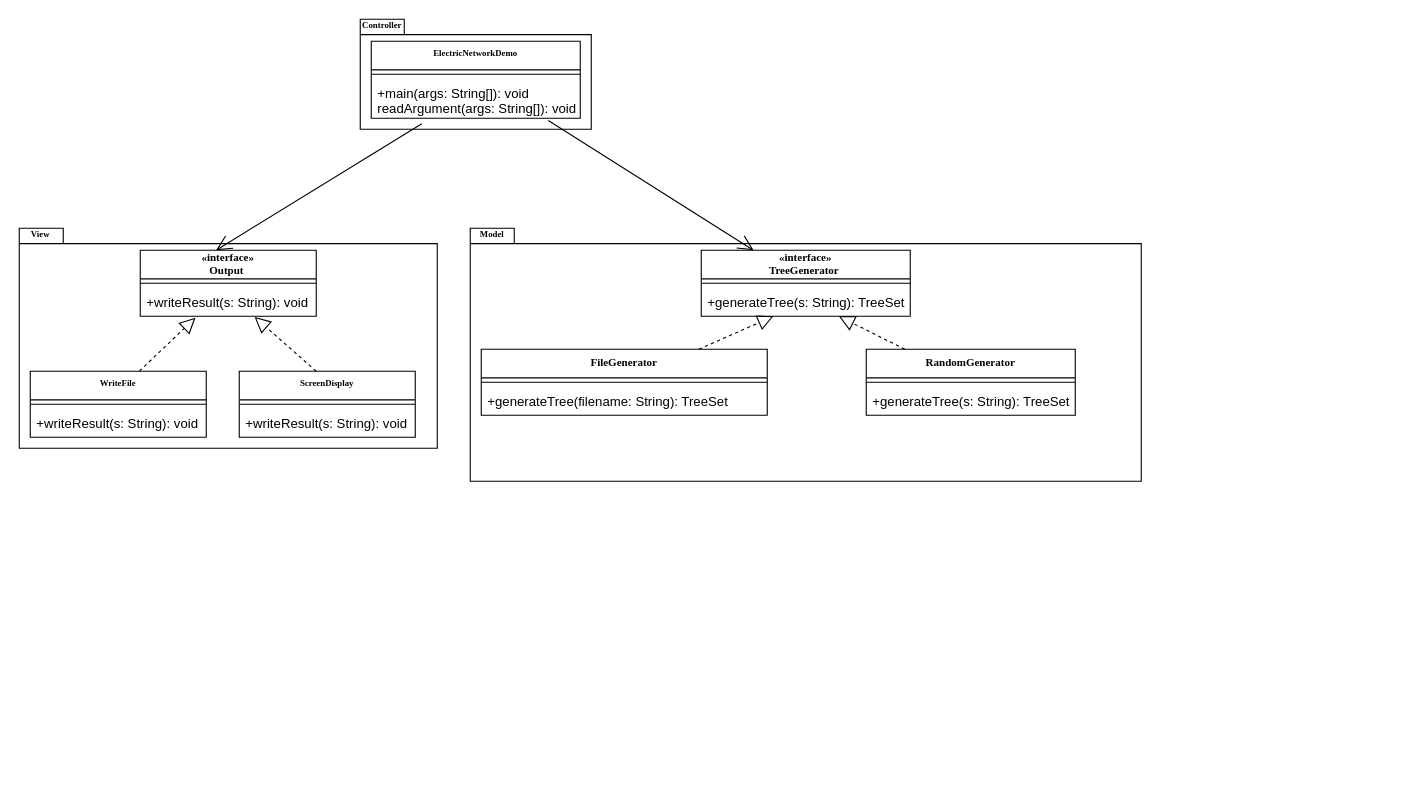
Above: UML Assignment 1.drawio in Calmen00-code/Electric-Network-Project (draw.io), before the change. Source tidied: cells renumbered, new cells numbered last; positions are measured from the earlier drawing's top-left corner, leaving out a move shared by most shapes. Both pictures are drawn from the tidied source at 110%, with x=0, y=0 at pixel (19, 19).
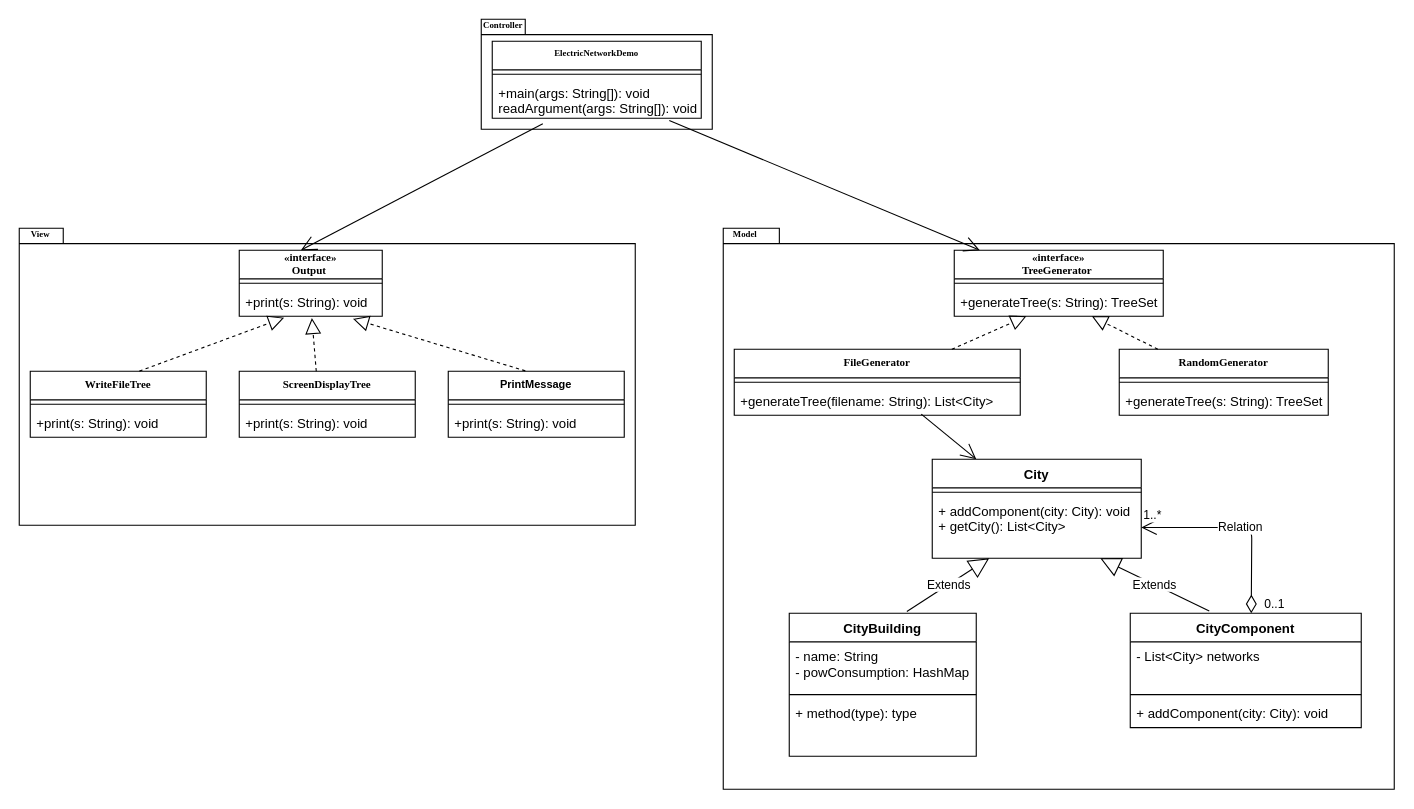
The same diagram, later.

Diff of the diagram source:
```diff
@@
     <mxCell id="2" value="Controller" style="shape=folder;fontStyle=1;spacingTop=10;tabWidth=40;tabHeight=14;tabPosition=left;html=1;fontFamily=Times New Roman;labelPosition=left;verticalLabelPosition=top;align=right;verticalAlign=bottom;spacingBottom=-13;spacingRight=-39;fontSize=8;" parent="1" vertex="1">
-      <mxGeometry x="310" width="210" height="100" as="geometry" />
+      <mxGeometry x="420" width="210" height="100" as="geometry" />
     </mxCell>
     <mxCell id="3" value="ElectricNetworkDemo" style="swimlane;fontStyle=1;align=center;verticalAlign=top;horizontal=1;startSize=26;fontFamily=Times New Roman;fontSize=8;" parent="1" vertex="1">
-      <mxGeometry x="320" y="20" width="190" height="70" as="geometry" />
+      <mxGeometry x="430" y="20" width="190" height="70" as="geometry" />
     </mxCell>
@@
     <mxCell id="6" value="Model&lt;br&gt;" style="shape=folder;fontStyle=1;spacingTop=10;tabWidth=40;tabHeight=14;tabPosition=left;html=1;fontFamily=Times New Roman;labelPosition=left;verticalLabelPosition=top;align=right;verticalAlign=bottom;spacingBottom=-13;spacingRight=-32;fontSize=8;" parent="1" vertex="1">
-      <mxGeometry x="410" y="190" width="610" height="230" as="geometry" />
+      <mxGeometry x="640" y="190" width="610" height="510" as="geometry" />
     </mxCell>
     <mxCell id="7" value="View&lt;br&gt;" style="shape=folder;fontStyle=1;spacingTop=10;tabWidth=40;tabHeight=14;tabPosition=left;html=1;fontFamily=Times New Roman;labelPosition=left;verticalLabelPosition=top;align=right;verticalAlign=bottom;spacingBottom=-13;spacingRight=-29;fontSize=8;" parent="1" vertex="1">
-      <mxGeometry y="190" width="380" height="200" as="geometry" />
+      <mxGeometry y="190" width="560" height="270" as="geometry" />
     </mxCell>
-    <mxCell id="8" value="WriteFile" style="swimlane;fontStyle=1;align=center;verticalAlign=top;horizontal=1;startSize=26;fontFamily=Times New Roman;fontSize=8;" parent="1" vertex="1">
+    <mxCell id="8" value="WriteFileTree" style="swimlane;fontStyle=1;align=center;verticalAlign=top;horizontal=1;startSize=26;fontFamily=Times New Roman;fontSize=10;" parent="1" vertex="1">
       <mxGeometry x="10" y="320" width="160" height="60" as="geometry" />
     </mxCell>
@@
-    <mxCell id="10" value="+writeResult(s: String): void" style="text;strokeColor=none;fillColor=none;align=left;verticalAlign=top;spacingLeft=4;spacingRight=4;overflow=hidden;" parent="8" vertex="1">
+    <mxCell id="10" value="+print(s: String): void" style="text;strokeColor=none;fillColor=none;align=left;verticalAlign=top;spacingLeft=4;spacingRight=4;overflow=hidden;" parent="8" vertex="1">
       <mxGeometry y="34" width="160" height="26" as="geometry" />
     </mxCell>
-    <mxCell id="11" value="ScreenDisplay" style="swimlane;fontStyle=1;align=center;verticalAlign=top;horizontal=1;startSize=26;fontFamily=Times New Roman;fontSize=8;" parent="1" vertex="1">
+    <mxCell id="11" value="ScreenDisplayTree" style="swimlane;fontStyle=1;align=center;verticalAlign=top;horizontal=1;startSize=26;fontFamily=Times New Roman;fontSize=10;" parent="1" vertex="1">
       <mxGeometry x="200" y="320" width="160" height="60" as="geometry" />
     </mxCell>
@@
-    <mxCell id="13" value="+writeResult(s: String): void" style="text;strokeColor=none;fillColor=none;align=left;verticalAlign=top;spacingLeft=4;spacingRight=4;overflow=hidden;" parent="11" vertex="1">
+    <mxCell id="13" value="+print(s: String): void" style="text;strokeColor=none;fillColor=none;align=left;verticalAlign=top;spacingLeft=4;spacingRight=4;overflow=hidden;" parent="11" vertex="1">
       <mxGeometry y="34" width="160" height="26" as="geometry" />
     </mxCell>
     <mxCell id="14" value="    «interface»&#10;   Output" style="swimlane;fontStyle=1;align=center;verticalAlign=top;horizontal=1;startSize=26;fontFamily=Times New Roman;fontSize=10;spacingRight=0;spacingTop=-6;spacingLeft=-10;" parent="1" vertex="1">
-      <mxGeometry x="110" y="210" width="160" height="60" as="geometry" />
+      <mxGeometry x="200" y="210" width="130" height="60" as="geometry" />
     </mxCell>
     <mxCell id="15" style="line;strokeWidth=1;fillColor=none;align=left;verticalAlign=middle;spacingTop=-1;spacingLeft=3;spacingRight=3;labelPosition=right;" parent="14" vertex="1">
-      <mxGeometry y="26" width="160" height="8" as="geometry" />
+      <mxGeometry y="26" width="130" height="8" as="geometry" />
     </mxCell>
-    <mxCell id="16" value="+writeResult(s: String): void" style="text;strokeColor=none;fillColor=none;align=left;verticalAlign=top;spacingLeft=4;spacingRight=4;overflow=hidden;points=[[0,0.5],[1,0.5]];portConstraint=eastwest;" parent="14" vertex="1">
-      <mxGeometry y="34" width="160" height="26" as="geometry" />
+    <mxCell id="16" value="+print(s: String): void" style="text;strokeColor=none;fillColor=none;align=left;verticalAlign=top;spacingLeft=4;spacingRight=4;overflow=hidden;points=[[0,0.5],[1,0.5]];portConstraint=eastwest;fontSize=12;" parent="14" vertex="1">
+      <mxGeometry y="34" width="130" height="26" as="geometry" />
     </mxCell>
@@
-    <mxCell id="18" style="endArrow=block;dashed=1;endFill=0;endSize=12;html=1;fontFamily=Times New Roman;fontSize=10;exitX=0.62;exitY=-0.002;exitDx=0;exitDy=0;exitPerimeter=0;entryX=0.65;entryY=1.027;entryDx=0;entryDy=0;entryPerimeter=0;" parent="1" edge="1" target="16">
+    <mxCell id="18" style="endArrow=block;dashed=1;endFill=0;endSize=12;html=1;fontFamily=Times New Roman;fontSize=10;exitX=0.62;exitY=-0.002;exitDx=0;exitDy=0;exitPerimeter=0;entryX=0.508;entryY=1.064;entryDx=0;entryDy=0;entryPerimeter=0;" parent="1" edge="1" target="16">
       <mxGeometry relative="1" as="geometry">
         <mxPoint x="270" y="320" as="sourcePoint" />
       </mxGeometry>
     </mxCell>
     <mxCell id="19" value="    «interface»&#10;   TreeGenerator" style="swimlane;fontStyle=1;align=center;verticalAlign=top;horizontal=1;startSize=26;fontFamily=Times New Roman;fontSize=10;spacingRight=0;spacingTop=-6;spacingLeft=-10;" parent="1" vertex="1">
-      <mxGeometry x="620" y="210" width="190" height="60" as="geometry" />
+      <mxGeometry x="850" y="210" width="190" height="60" as="geometry" />
     </mxCell>
@@
     <mxCell id="22" value="FileGenerator" style="swimlane;fontStyle=1;align=center;verticalAlign=top;horizontal=1;startSize=26;fontFamily=Times New Roman;fontSize=10;" parent="1" vertex="1">
-      <mxGeometry x="420" y="300" width="260" height="60" as="geometry" />
+      <mxGeometry x="650" y="300" width="260" height="60" as="geometry" />
     </mxCell>
@@
-    <mxCell id="24" value="+generateTree(filename: String): TreeSet" style="text;strokeColor=none;fillColor=none;align=left;verticalAlign=top;spacingLeft=4;spacingRight=4;overflow=hidden;" parent="22" vertex="1">
+    <mxCell id="24" value="+generateTree(filename: String): List&lt;City&gt;" style="text;strokeColor=none;fillColor=none;align=left;verticalAlign=top;spacingLeft=4;spacingRight=4;overflow=hidden;" parent="22" vertex="1">
       <mxGeometry y="34" width="260" height="26" as="geometry" />
     </mxCell>
+    <mxCell id="32" style="endArrow=open;endFill=1;endSize=12;html=1;" parent="22" edge="1" target="37">
+      <mxGeometry relative="1" as="geometry">
+        <mxPoint x="170" y="59" as="sourcePoint" />
+      </mxGeometry>
+    </mxCell>
     <mxCell id="25" value="RandomGenerator" style="swimlane;fontStyle=1;align=center;verticalAlign=top;horizontal=1;startSize=26;fontFamily=Times New Roman;fontSize=10;" parent="1" vertex="1">
-      <mxGeometry x="770" y="300" width="190" height="60" as="geometry" />
+      <mxGeometry x="1000" y="300" width="190" height="60" as="geometry" />
     </mxCell>
@@
     <mxCell id="29" style="endArrow=block;dashed=1;endFill=0;endSize=12;html=1;fontFamily=Times New Roman;fontSize=10;" parent="1" edge="1" source="25">
       <mxGeometry relative="1" as="geometry">
-        <mxPoint x="745.1" y="270" as="targetPoint" />
+        <mxPoint x="975.1" y="270" as="targetPoint" />
       </mxGeometry>
     </mxCell>
@@
+    <mxCell id="33" value="PrintMessage" style="swimlane;fontStyle=1;align=center;verticalAlign=top;horizontal=1;startSize=26;fontSize=10;" parent="1" vertex="1">
+      <mxGeometry x="390" y="320" width="160" height="60" as="geometry" />
+    </mxCell>
+    <mxCell id="34" style="line;strokeWidth=1;fillColor=none;align=left;verticalAlign=middle;spacingTop=-1;spacingLeft=3;spacingRight=3;labelPosition=right;" parent="33" vertex="1">
+      <mxGeometry y="26" width="160" height="8" as="geometry" />
+    </mxCell>
+    <mxCell id="35" value="+print(s: String): void" style="text;strokeColor=none;fillColor=none;align=left;verticalAlign=top;spacingLeft=4;spacingRight=4;overflow=hidden;" parent="33" vertex="1">
+      <mxGeometry y="34" width="160" height="26" as="geometry" />
+    </mxCell>
+    <mxCell id="36" style="endArrow=block;dashed=1;endFill=0;endSize=12;html=1;fontSize=10;exitX=0.438;exitY=-0.006;exitDx=0;exitDy=0;exitPerimeter=0;entryX=0.795;entryY=1.09;entryDx=0;entryDy=0;entryPerimeter=0;" parent="1" edge="1" source="33" target="16">
+      <mxGeometry relative="1" as="geometry" />
+    </mxCell>
+    <mxCell id="37" value="City" style="swimlane;fontStyle=1;align=center;verticalAlign=top;horizontal=1;startSize=26;" parent="1" vertex="1">
+      <mxGeometry x="830" y="400" width="190" height="90" as="geometry" />
+    </mxCell>
+    <mxCell id="38" style="line;strokeWidth=1;fillColor=none;align=left;verticalAlign=middle;spacingTop=-1;spacingLeft=3;spacingRight=3;labelPosition=right;" parent="37" vertex="1">
+      <mxGeometry y="26" width="190" height="8" as="geometry" />
+    </mxCell>
+    <mxCell id="39" value="+ addComponent(city: City): void&#10;+ getCity(): List&lt;City&gt;" style="text;strokeColor=none;fillColor=none;align=left;verticalAlign=top;spacingLeft=4;spacingRight=4;overflow=hidden;points=[[0,0.5],[1,0.5]];portConstraint=eastwest;" parent="37" vertex="1">
+      <mxGeometry y="34" width="190" height="56" as="geometry" />
+    </mxCell>
+    <mxCell id="40" value="Extends" style="endArrow=block;endSize=16;endFill=0;html=1;exitX=0.629;exitY=-0.012;exitDx=0;exitDy=0;exitPerimeter=0;" parent="1" edge="1" source="49" target="39">
+      <mxGeometry relative="1" as="geometry" />
+    </mxCell>
+    <mxCell id="41" value="Extends" style="endArrow=block;endSize=16;endFill=0;html=1;exitX=0.342;exitY=-0.019;exitDx=0;exitDy=0;exitPerimeter=0;" parent="1" edge="1" source="45" target="39">
+      <mxGeometry relative="1" as="geometry" />
+    </mxCell>
+    <mxCell id="42" value="Relation" style="endArrow=open;html=1;endSize=12;startArrow=diamondThin;startSize=14;startFill=0;edgeStyle=orthogonalEdgeStyle;" parent="1" edge="1" target="39">
+      <mxGeometry relative="1" as="geometry">
+        <mxPoint x="1120" y="540" as="sourcePoint" />
+      </mxGeometry>
+    </mxCell>
+    <mxCell id="43" value="0..1" style="edgeLabel;html=1;align=center;verticalAlign=middle;" parent="42" vertex="1">
+      <mxGeometry x="-0.72" y="-1" relative="1" as="geometry">
+        <mxPoint x="19" y="16" as="offset" />
+      </mxGeometry>
+    </mxCell>
+    <mxCell id="44" value="1..*&lt;br&gt;" style="edgeLabel;html=1;align=center;verticalAlign=middle;" parent="42" vertex="1">
+      <mxGeometry x="0.77" relative="1" as="geometry">
+        <mxPoint x="-11" y="-12" as="offset" />
+      </mxGeometry>
+    </mxCell>
+    <mxCell id="45" value="CityComponent" style="swimlane;fontStyle=1;align=center;verticalAlign=top;horizontal=1;startSize=26;" parent="1" vertex="1">
+      <mxGeometry x="1010" y="540" width="210" height="104" as="geometry" />
+    </mxCell>
+    <mxCell id="46" value="- List&lt;City&gt; networks " style="text;strokeColor=none;fillColor=none;align=left;verticalAlign=top;spacingLeft=4;spacingRight=4;overflow=hidden;" parent="45" vertex="1">
+      <mxGeometry y="26" width="210" height="44" as="geometry" />
+    </mxCell>
+    <mxCell id="47" style="line;strokeWidth=1;fillColor=none;align=left;verticalAlign=middle;spacingTop=-1;spacingLeft=3;spacingRight=3;labelPosition=right;" parent="45" vertex="1">
+      <mxGeometry y="70" width="210" height="8" as="geometry" />
+    </mxCell>
+    <mxCell id="48" value="+ addComponent(city: City): void" style="text;strokeColor=none;fillColor=none;align=left;verticalAlign=top;spacingLeft=4;spacingRight=4;overflow=hidden;" parent="45" vertex="1">
+      <mxGeometry y="78" width="210" height="26" as="geometry" />
+    </mxCell>
+    <mxCell id="49" value="CityBuilding" style="swimlane;fontStyle=1;align=center;verticalAlign=top;horizontal=1;startSize=26;" parent="1" vertex="1">
+      <mxGeometry x="700" y="540" width="170" height="130" as="geometry" />
+    </mxCell>
+    <mxCell id="50" value="- name: String&#10;- powConsumption: HashMap" style="text;strokeColor=none;fillColor=none;align=left;verticalAlign=top;spacingLeft=4;spacingRight=4;overflow=hidden;" parent="49" vertex="1">
+      <mxGeometry y="26" width="170" height="44" as="geometry" />
+    </mxCell>
+    <mxCell id="51" style="line;strokeWidth=1;fillColor=none;align=left;verticalAlign=middle;spacingTop=-1;spacingLeft=3;spacingRight=3;labelPosition=right;" parent="49" vertex="1">
+      <mxGeometry y="70" width="170" height="8" as="geometry" />
+    </mxCell>
+    <mxCell id="52" value="+ method(type): type" style="text;strokeColor=none;fillColor=none;align=left;verticalAlign=top;spacingLeft=4;spacingRight=4;overflow=hidden;" parent="49" vertex="1">
+      <mxGeometry y="78" width="170" height="52" as="geometry" />
+    </mxCell>
```
